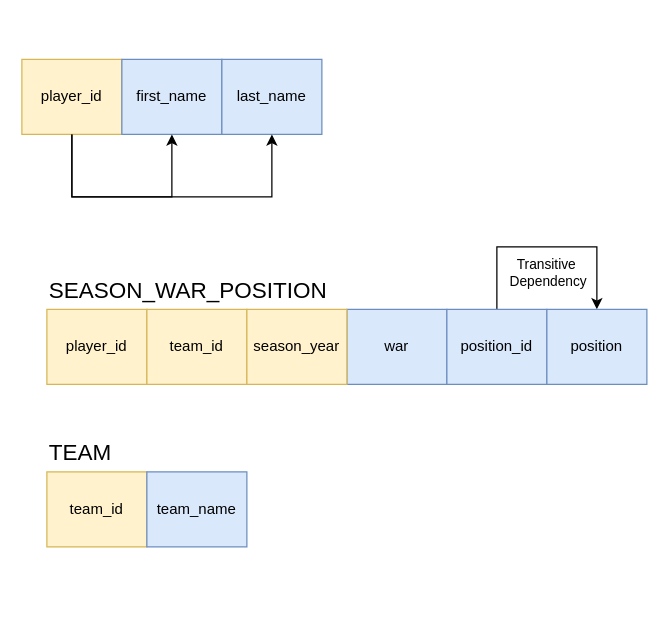
The draw.io diagram page "2NF" (2 of 3) of dependency_graph.drawio in GeoDan87/CIT225, before the edit. Source tidied: cells renumbered, new cells numbered last; positions are measured from the earlier drawing's top-left corner, leaving out a move shared by most shapes. Both pictures are drawn from the tidied source at 125%, with x=0, y=0 at pixel (21, 59).
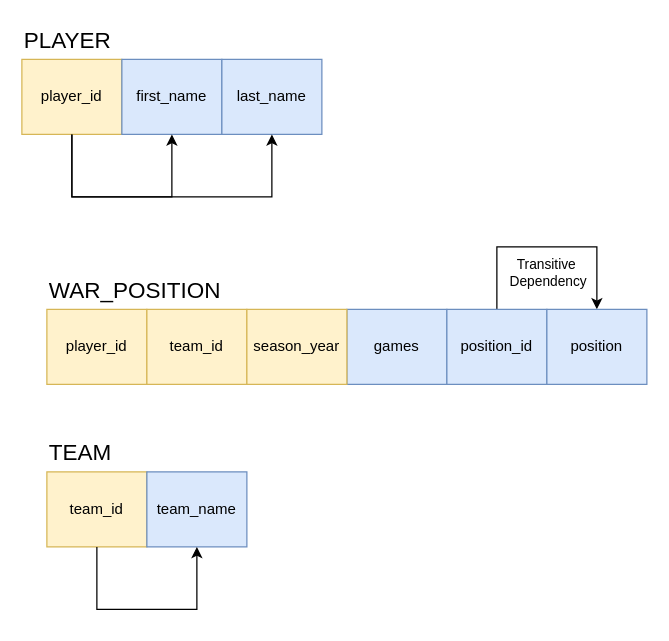
After the change.

The edit, as a diff of the source:
```diff
@@
-    <mxCell id="9" value="&lt;font style=&quot;font-size: 18px;&quot;&gt;SEASON_WAR_POSITION&lt;/font&gt;" style="text;html=1;align=left;verticalAlign=middle;whiteSpace=wrap;rounded=0;" parent="1" vertex="1">
+    <mxCell id="9" value="&lt;font style=&quot;font-size: 18px;&quot;&gt;WAR_POSITION&lt;/font&gt;" style="text;html=1;align=left;verticalAlign=middle;whiteSpace=wrap;rounded=0;" parent="1" vertex="1">
       <mxGeometry x="20" y="170" width="240" height="30" as="geometry" />
     </mxCell>
@@
     <mxCell id="12" value="&lt;font style=&quot;font-size: 18px;&quot;&gt;TEAM&lt;/font&gt;" style="text;html=1;align=left;verticalAlign=middle;whiteSpace=wrap;rounded=0;" parent="1" vertex="1">
-      <mxGeometry x="20" y="300" width="240" height="30" as="geometry" />
+      <mxGeometry x="20" y="300" width="160" height="30" as="geometry" />
     </mxCell>
-    <mxCell id="13" value="war" style="rounded=0;whiteSpace=wrap;html=1;fillColor=#dae8fc;strokeColor=#6c8ebf;" parent="1" vertex="1">
+    <mxCell id="13" value="games" style="rounded=0;whiteSpace=wrap;html=1;fillColor=#dae8fc;strokeColor=#6c8ebf;" parent="1" vertex="1">
       <mxGeometry x="260" y="200" width="80" height="60" as="geometry" />
     </mxCell>
@@
+    <mxCell id="19" style="endArrow=classic;html=1;rounded=0;exitX=0.5;exitY=1;exitDx=0;exitDy=0;entryX=0.5;entryY=1;entryDx=0;entryDy=0;" parent="1" edge="1">
+      <mxGeometry relative="1" as="geometry">
+        <mxPoint x="60" y="390" as="sourcePoint" />
+        <mxPoint x="140" y="390" as="targetPoint" />
+        <Array as="points">
+          <mxPoint x="60" y="440" />
+          <mxPoint x="140" y="440" />
+        </Array>
+      </mxGeometry>
+    </mxCell>
+    <mxCell id="20" value="&lt;font style=&quot;font-size: 18px;&quot;&gt;PLAYER&lt;/font&gt;" style="text;html=1;align=left;verticalAlign=middle;whiteSpace=wrap;rounded=0;" parent="1" vertex="1">
+      <mxGeometry y="-30" width="240" height="30" as="geometry" />
+    </mxCell>
```
